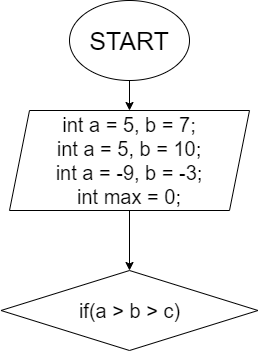
The draw.io diagram Task2/Task2.drawio.png in Alex05524/Seminar001, before a commit. Source tidied: cells renumbered, new cells last; positions are measured from the earlier drawing's top-left corner, leaving out a move shared by most shapes. Source of this version:
```xml
<mxGraphModel>
  <root>
    <mxCell id="0" />
    <mxCell id="1" parent="0" />
    <mxCell id="2" style="edgeStyle=none;html=1;" parent="1" edge="1" source="3" target="5">
      <mxGeometry relative="1" as="geometry" />
    </mxCell>
    <mxCell id="3" value="&lt;font style=&quot;font-size: 25px&quot;&gt;START&lt;/font&gt;" style="ellipse;whiteSpace=wrap;html=1;" parent="1" vertex="1">
      <mxGeometry x="68" width="120" height="80" as="geometry" />
    </mxCell>
    <mxCell id="4" style="edgeStyle=none;html=1;fontSize=25;" parent="1" edge="1" source="5" target="6">
      <mxGeometry relative="1" as="geometry" />
    </mxCell>
    <mxCell id="5" value="&lt;font style=&quot;font-size: 20px&quot;&gt;int a = 5, b = 7;&lt;br&gt;int a = 5, b = 10;&lt;br&gt;int a = -9, b = -3;&lt;br&gt;int max = 0;&lt;/font&gt;" style="shape=parallelogram;perimeter=parallelogramPerimeter;whiteSpace=wrap;html=1;fixedSize=1;" parent="1" vertex="1">
      <mxGeometry x="8" y="110" width="240" height="100" as="geometry" />
    </mxCell>
    <mxCell id="6" value="&lt;font style=&quot;font-size: 20px&quot;&gt;if(a &amp;gt; b &amp;gt; c)&lt;/font&gt;" style="rhombus;whiteSpace=wrap;html=1;" parent="1" vertex="1">
      <mxGeometry x="-0.5" y="270" width="257" height="80" as="geometry" />
    </mxCell>
  </root>
</mxGraphModel>
```
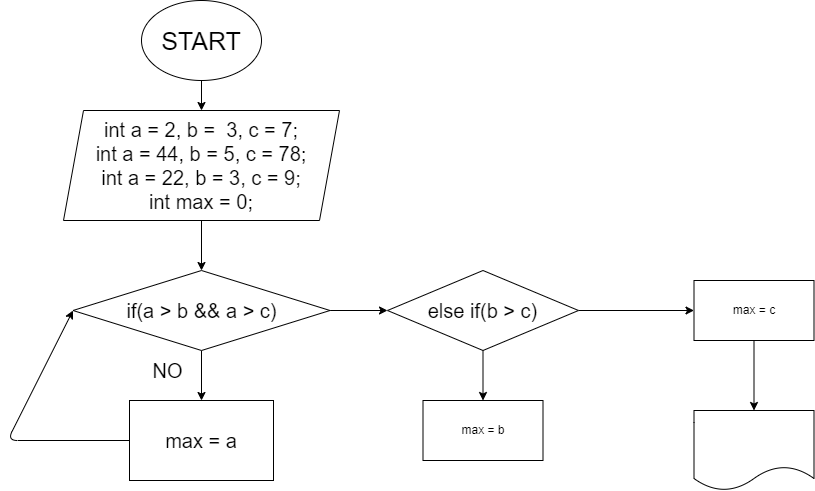
The same file after the commit.

What changed in the source:
```diff
@@ -11,11 +11,51 @@
     <mxCell id="4" style="edgeStyle=none;html=1;fontSize=25;" parent="1" edge="1" source="5" target="6">
       <mxGeometry relative="1" as="geometry" />
     </mxCell>
-    <mxCell id="5" value="&lt;font style=&quot;font-size: 20px&quot;&gt;int a = 5, b = 7;&lt;br&gt;int a = 5, b = 10;&lt;br&gt;int a = -9, b = -3;&lt;br&gt;int max = 0;&lt;/font&gt;" style="shape=parallelogram;perimeter=parallelogramPerimeter;whiteSpace=wrap;html=1;fixedSize=1;" parent="1" vertex="1">
-      <mxGeometry x="8" y="110" width="240" height="100" as="geometry" />
+    <mxCell id="5" value="&lt;font style=&quot;font-size: 20px&quot;&gt;int a = 2, b =&amp;nbsp; 3, c = 7;&lt;br&gt;int a = 44, b = 5, c = 78;&lt;br&gt;int a = 22, b = 3, c = 9;&lt;br&gt;int max = 0;&lt;/font&gt;" style="shape=parallelogram;perimeter=parallelogramPerimeter;whiteSpace=wrap;html=1;fixedSize=1;" parent="1" vertex="1">
+      <mxGeometry x="-10" y="110" width="276" height="110" as="geometry" />
     </mxCell>
+    <mxCell id="7" style="edgeStyle=none;html=1;" parent="1" edge="1" source="6" target="11">
+      <mxGeometry relative="1" as="geometry" />
+    </mxCell>
+    <mxCell id="8" style="edgeStyle=none;html=1;" parent="1" edge="1" source="6" target="13">
+      <mxGeometry relative="1" as="geometry" />
+    </mxCell>
-    <mxCell id="6" value="&lt;font style=&quot;font-size: 20px&quot;&gt;if(a &amp;gt; b &amp;gt; c)&lt;/font&gt;" style="rhombus;whiteSpace=wrap;html=1;" parent="1" vertex="1">
+    <mxCell id="6" value="&lt;font style=&quot;font-size: 20px&quot;&gt;if(a &amp;gt; b &amp;amp;&amp;amp; a &amp;gt; c)&lt;/font&gt;" style="rhombus;whiteSpace=wrap;html=1;" parent="1" vertex="1">
       <mxGeometry x="-0.5" y="270" width="257" height="80" as="geometry" />
     </mxCell>
+    <mxCell id="9" style="edgeStyle=none;html=1;fontSize=20;" parent="1" edge="1" source="11" target="15">
+      <mxGeometry relative="1" as="geometry" />
+    </mxCell>
+    <mxCell id="10" style="edgeStyle=none;html=1;fontSize=20;" parent="1" edge="1" source="11" target="17">
+      <mxGeometry relative="1" as="geometry" />
+    </mxCell>
+    <mxCell id="11" value="&lt;font style=&quot;font-size: 20px&quot;&gt;else if(b &amp;gt; c)&lt;/font&gt;" style="rhombus;whiteSpace=wrap;html=1;" parent="1" vertex="1">
+      <mxGeometry x="314" y="270" width="191" height="80" as="geometry" />
+    </mxCell>
+    <mxCell id="12" style="edgeStyle=none;html=1;exitX=0;exitY=0.5;exitDx=0;exitDy=0;entryX=0;entryY=0.5;entryDx=0;entryDy=0;fontSize=20;" parent="1" edge="1" source="13" target="6">
+      <mxGeometry relative="1" as="geometry">
+        <Array as="points">
+          <mxPoint x="-66" y="440" />
+        </Array>
+      </mxGeometry>
+    </mxCell>
+    <mxCell id="13" value="&lt;font style=&quot;font-size: 20px&quot;&gt;max = a&lt;/font&gt;" style="whiteSpace=wrap;html=1;" parent="1" vertex="1">
+      <mxGeometry x="56" y="400" width="144" height="80" as="geometry" />
+    </mxCell>
+    <mxCell id="14" value="NO" style="text;html=1;align=center;verticalAlign=middle;strokeColor=none;fillColor=none;fontSize=20;" parent="1" vertex="1">
+      <mxGeometry x="69" y="355" width="50" height="30" as="geometry" />
+    </mxCell>
+    <mxCell id="15" value="max = b" style="whiteSpace=wrap;html=1;" parent="1" vertex="1">
+      <mxGeometry x="349.5" y="400" width="120" height="60" as="geometry" />
+    </mxCell>
+    <mxCell id="16" style="edgeStyle=none;html=1;fontSize=20;" parent="1" edge="1" source="17" target="18">
+      <mxGeometry relative="1" as="geometry" />
+    </mxCell>
+    <mxCell id="17" value="max = c" style="whiteSpace=wrap;html=1;" parent="1" vertex="1">
+      <mxGeometry x="620.5" y="280" width="120" height="60" as="geometry" />
+    </mxCell>
+    <mxCell id="18" style="shape=document;whiteSpace=wrap;html=1;boundedLbl=1;" parent="1" vertex="1">
+      <mxGeometry x="620.5" y="410" width="120" height="80" as="geometry" />
+    </mxCell>
   </root>
 </mxGraphModel>
```
